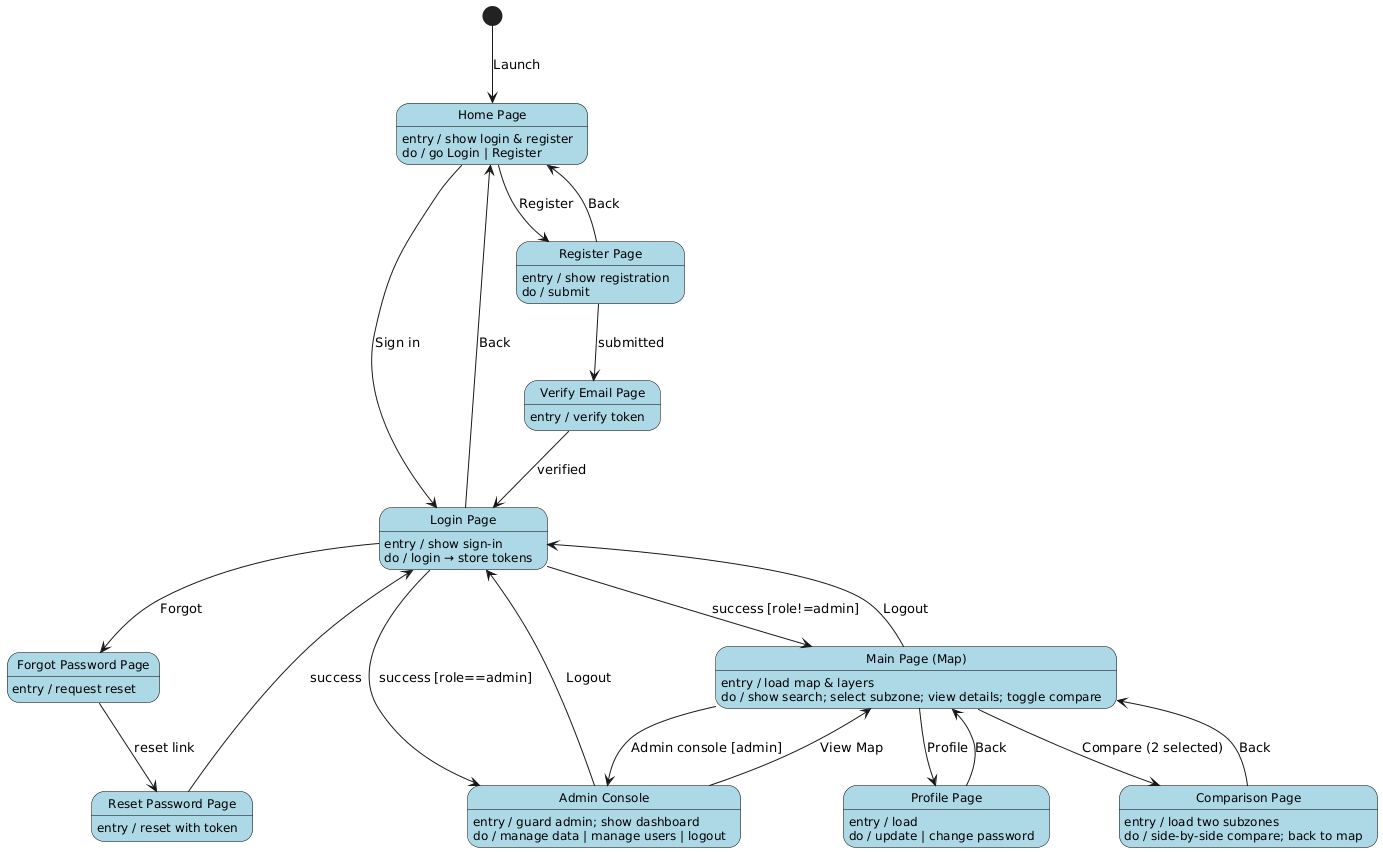
Earlier version of the PlantUML export Dialog Map.png (R3izorr/sc2006-proj). Its diagram source:
```plantuml
@startuml
skinparam state {
  BackgroundColor LightBlue
  BorderColor Black
  FontSize 12
}


state "Home Page"              as HomePage
HomePage : entry / show login & register
HomePage : do / go Login | Register

state "Login Page"             as LoginPage
LoginPage : entry / show sign-in
LoginPage : do / login → store tokens

state "Register Page"          as RegisterPage
RegisterPage : entry / show registration
RegisterPage : do / submit

state "Verify Email Page"      as VerifyEmailPage
VerifyEmailPage : entry / verify token

state "Forgot Password Page"   as ForgotPasswordPage
ForgotPasswordPage : entry / request reset

state "Reset Password Page"    as ResetPasswordPage
ResetPasswordPage : entry / reset with token

state "Profile Page"           as ProfilePage
ProfilePage : entry / load
ProfilePage : do / update | change password

state "Admin Console"          as AdminPage
AdminPage : entry / guard admin; show dashboard
AdminPage : do / manage data | manage users | logout

state "Main Page (Map)"        as MainPage
MainPage : entry / load map & layers
MainPage : do / show search; select subzone; view details; toggle compare

state "Comparison Page"        as ComparisonPage
ComparisonPage : entry / load two subzones
ComparisonPage : do / side-by-side compare; back to map



[*] --> HomePage : Launch

HomePage --> LoginPage    : Sign in
HomePage --> RegisterPage : Register

RegisterPage --> VerifyEmailPage : submitted
RegisterPage --> HomePage        : Back
VerifyEmailPage --> LoginPage     : verified

LoginPage --> ForgotPasswordPage  : Forgot
ForgotPasswordPage --> ResetPasswordPage : reset link
ResetPasswordPage --> LoginPage   : success

LoginPage --> AdminPage : success [role==admin]
LoginPage --> MainPage  : success [role!=admin]
LoginPage --> HomePage  : Back

MainPage --> ProfilePage     : Profile
MainPage --> AdminPage       : Admin console [admin]
MainPage --> LoginPage       : Logout
MainPage --> ComparisonPage  : Compare (2 selected)

ProfilePage --> MainPage     : Back
ComparisonPage --> MainPage  : Back
AdminPage --> MainPage       : View Map
AdminPage --> LoginPage      : Logout
@enduml
```
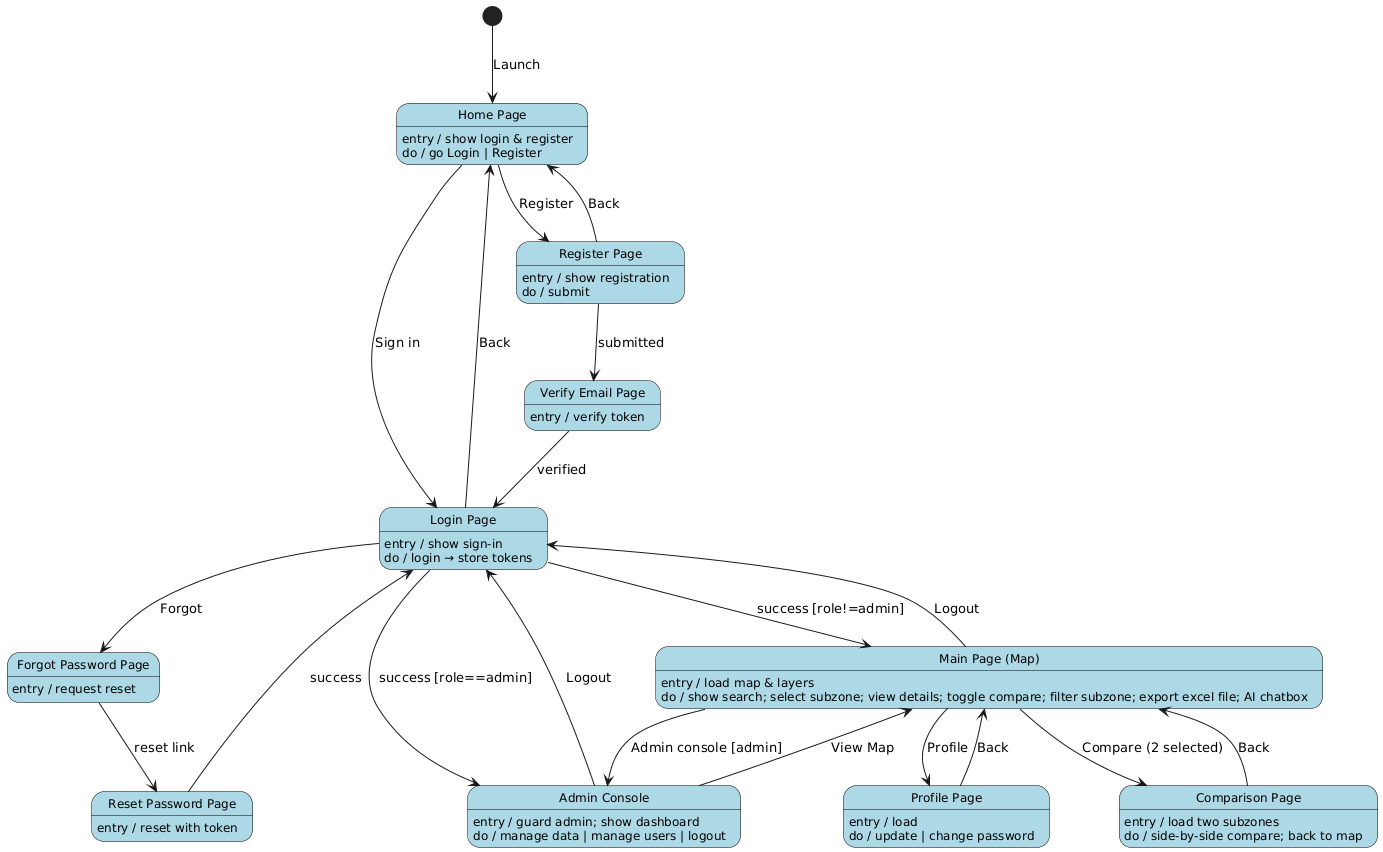
After the change.

What changed in the source:
```diff
@@ -37,7 +37,7 @@
 
 state "Main Page (Map)"        as MainPage
 MainPage : entry / load map & layers
-MainPage : do / show search; select subzone; view details; toggle compare
+MainPage : do / show search; select subzone; view details; toggle compare; filter subzone; export excel file; AI chatbox
 
 state "Comparison Page"        as ComparisonPage
 ComparisonPage : entry / load two subzones
```
